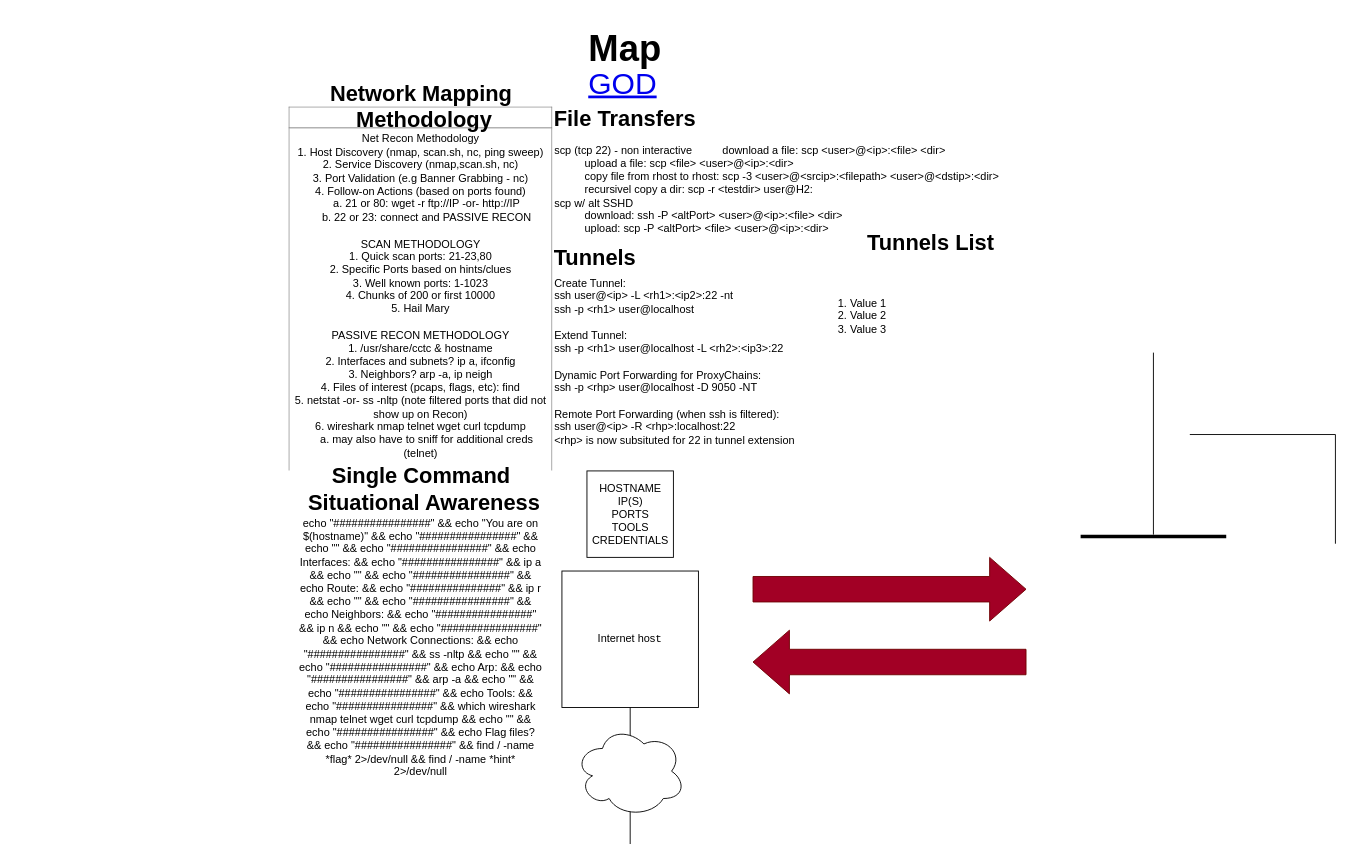
Earlier version of the draw.io diagram page "Page-4" (4 of 4) of Networking/Vacca/Better_Map.drawio (TheWaltuh/COSC-Notes). Source tidied: cells renumbered, new cells numbered last; positions are measured from the earlier drawing's top-left corner, leaving out a move shared by most shapes. Both pictures are drawn from the tidied source at 91%, with x=0, y=0 at pixel (288, 15).
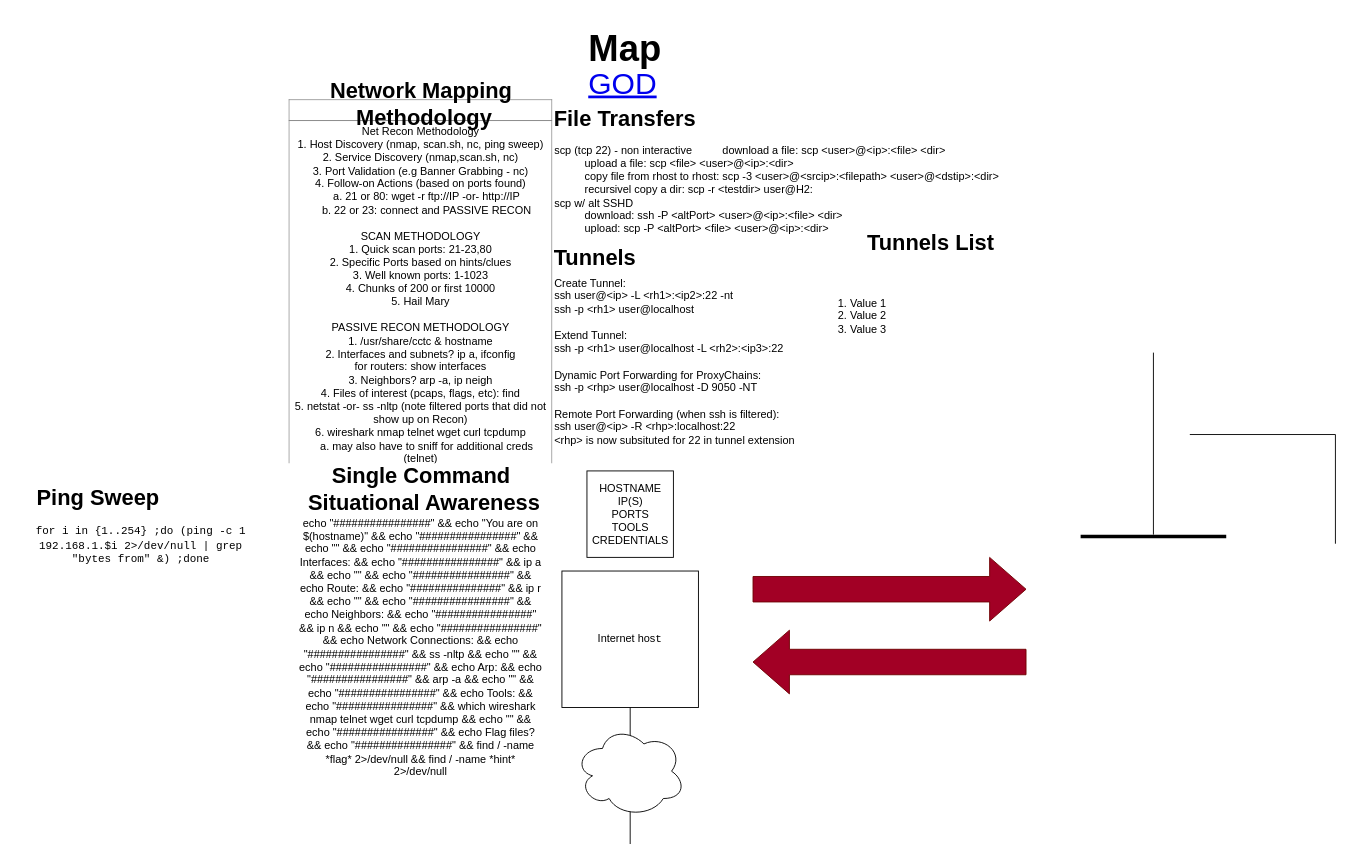
Above is the later version.

What changed in the source:
```diff
@@
-    <mxCell id="2" value="&lt;table style=&quot;width:100%;height:100%;border-collapse:collapse;&quot; width=&quot;100%&quot; height=&quot;100%&quot; cellpadding=&quot;4&quot; border=&quot;1&quot;&gt;&lt;tbody&gt;&lt;tr&gt;&lt;th align=&quot;center&quot;&gt;&lt;br&gt;&lt;/th&gt;&lt;/tr&gt;&lt;tr&gt;&lt;td align=&quot;center&quot;&gt;Net Recon Methodology&lt;br&gt;1. Host Discovery (nmap, scan.sh, nc, ping sweep)&lt;br&gt;2. Service Discovery (nmap,scan.sh, nc)&lt;br&gt;3. Port Validation (e.g Banner Grabbing - nc)&lt;br&gt;4. Follow-on Actions (based on ports found)&lt;br&gt;&amp;nbsp;&amp;nbsp; &amp;nbsp;a. 21 or 80: wget -r ftp://IP -or- http://IP&lt;br&gt;&amp;nbsp;&amp;nbsp; &amp;nbsp;b. 22 or 23: connect and PASSIVE RECON&lt;br&gt;&lt;br&gt;SCAN METHODOLOGY&lt;br&gt;1. Quick scan ports: 21-23,80&lt;br&gt;2. Specific Ports based on hints/clues&lt;br&gt;3. Well known ports: 1-1023&lt;br&gt;4. Chunks of 200 or first 10000&lt;br&gt;5. Hail Mary&lt;br&gt;&lt;br&gt;PASSIVE RECON METHODOLOGY&lt;br&gt;1. /usr/share/cctc &amp;amp; hostname&lt;br&gt;2. Interfaces and subnets? ip a, ifconfig&lt;br&gt;3. Neighbors? arp -a, ip neigh&lt;br&gt;4. Files of interest (pcaps, flags, etc): find&lt;br&gt;5. netstat -or- ss -nltp (note filtered ports that did not show up on Recon)&lt;br&gt;6. wireshark nmap telnet wget curl tcpdump&lt;br&gt;&amp;nbsp;&amp;nbsp; &amp;nbsp;a. may also have to sniff for additional creds (telnet)&lt;br&gt;&lt;br&gt;&lt;/td&gt;&lt;/tr&gt;&lt;tr&gt;&lt;td align=&quot;center&quot;&gt;&lt;br&gt;&lt;/td&gt;&lt;/tr&gt;&lt;/tbody&gt;&lt;/table&gt;" style="text;html=1;whiteSpace=wrap;strokeColor=none;fillColor=none;overflow=fill;" parent="1" vertex="1">
-      <mxGeometry y="100" width="290" height="400" as="geometry" />
+    <mxCell id="2" value="&lt;table style=&quot;width:100%;height:100%;border-collapse:collapse;&quot; width=&quot;100%&quot; height=&quot;100%&quot; cellpadding=&quot;4&quot; border=&quot;1&quot;&gt;&lt;tbody&gt;&lt;tr&gt;&lt;th align=&quot;center&quot;&gt;&lt;br&gt;&lt;/th&gt;&lt;/tr&gt;&lt;tr&gt;&lt;td align=&quot;center&quot;&gt;Net Recon Methodology&lt;br&gt;1. Host Discovery (nmap, scan.sh, nc, ping sweep)&lt;br&gt;2. Service Discovery (nmap,scan.sh, nc)&lt;br&gt;3. Port Validation (e.g Banner Grabbing - nc)&lt;br&gt;4. Follow-on Actions (based on ports found)&lt;br&gt;&amp;nbsp;&amp;nbsp; &amp;nbsp;a. 21 or 80: wget -r ftp://IP -or- http://IP&lt;br&gt;&amp;nbsp;&amp;nbsp; &amp;nbsp;b. 22 or 23: connect and PASSIVE RECON&lt;br&gt;&lt;br&gt;SCAN METHODOLOGY&lt;br&gt;1. Quick scan ports: 21-23,80&lt;br&gt;2. Specific Ports based on hints/clues&lt;br&gt;3. Well known ports: 1-1023&lt;br&gt;4. Chunks of 200 or first 10000&lt;br&gt;5. Hail Mary&lt;br&gt;&lt;br&gt;PASSIVE RECON METHODOLOGY&lt;br&gt;1. /usr/share/cctc &amp;amp; hostname&lt;br&gt;2. Interfaces and subnets? ip a, ifconfig&lt;br&gt;for routers: show interfaces&lt;br&gt;3. Neighbors? arp -a, ip neigh&lt;br&gt;4. Files of interest (pcaps, flags, etc): find&lt;br&gt;5. netstat -or- ss -nltp (note filtered ports that did not show up on Recon)&lt;br&gt;6. wireshark nmap telnet wget curl tcpdump&lt;br&gt;&amp;nbsp;&amp;nbsp; &amp;nbsp;a. may also have to sniff for additional creds (telnet)&lt;br&gt;&lt;br&gt;&lt;/td&gt;&lt;/tr&gt;&lt;tr&gt;&lt;td align=&quot;center&quot;&gt;&lt;br&gt;&lt;/td&gt;&lt;/tr&gt;&lt;/tbody&gt;&lt;/table&gt;" style="text;html=1;whiteSpace=wrap;strokeColor=none;fillColor=none;overflow=fill;" parent="1" vertex="1">
+      <mxGeometry y="92" width="290" height="400" as="geometry" />
     </mxCell>
@@
     <mxCell id="11" value="&lt;div&gt;Network Mapping&lt;/div&gt;&lt;div&gt;&amp;nbsp;Methodology&lt;/div&gt;" style="text;strokeColor=none;fillColor=none;html=1;fontSize=24;fontStyle=1;verticalAlign=middle;align=center;" parent="1" vertex="1">
-      <mxGeometry x="95" y="80" width="100" height="40" as="geometry" />
+      <mxGeometry x="95" y="77" width="100" height="40" as="geometry" />
     </mxCell>
@@
+    <mxCell id="27" value="&lt;p&gt;&lt;code&gt; for i in {1..254} ;do (ping -c 1 192.168.1.$i 2&amp;gt;/dev/null | grep &quot;bytes from&quot; &amp;amp;) ;done&lt;/code&gt;&lt;/p&gt;" style="text;html=1;strokeColor=none;fillColor=none;align=center;verticalAlign=middle;whiteSpace=wrap;rounded=0;" parent="1" vertex="1">
+      <mxGeometry x="-300" y="540" width="275" height="84" as="geometry" />
+    </mxCell>
+    <mxCell id="28" value="Ping Sweep" style="text;strokeColor=none;fillColor=none;html=1;fontSize=24;fontStyle=1;verticalAlign=middle;align=center;" parent="1" vertex="1">
+      <mxGeometry x="-260" y="510" width="100" height="40" as="geometry" />
+    </mxCell>
```
